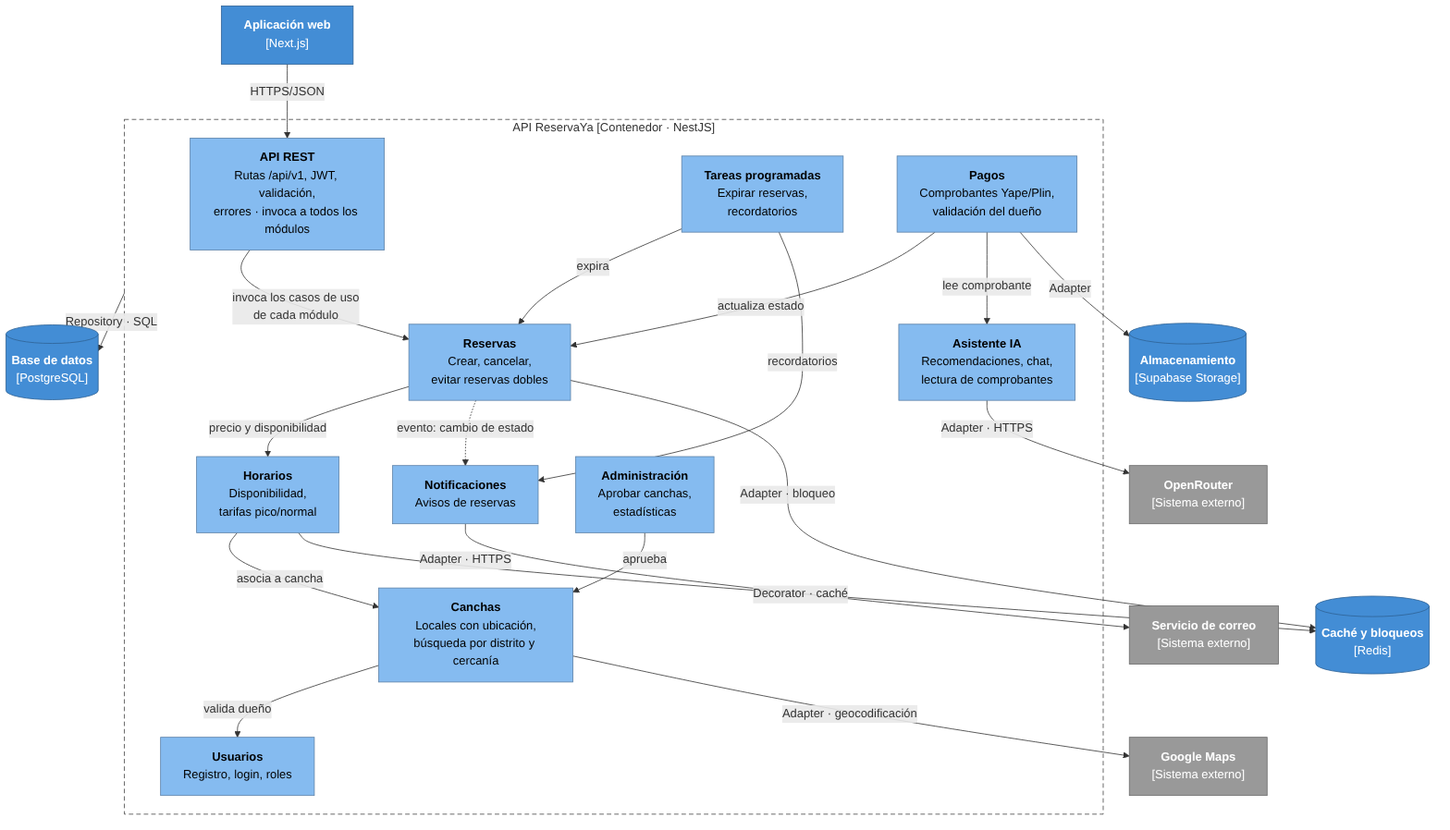
Before: img/nivel3-componentes.png, a diagram exported from Mermaid (edhtsprado27-bit/ReservaYa-Ayacucho). Its source is kept beside it as img/fuentes-svg/nivel3-componentes.mmd. The source it was exported from:
```mermaid
flowchart TB
    web["<b>Aplicación web</b><br/>[Next.js]"]

    subgraph api["API ReservaYa [Contenedor · NestJS]"]
        rest["<b>API REST</b><br/>Rutas /api/v1, JWT, validación,<br/>errores · invoca a todos los módulos"]
        usuarios["<b>Usuarios</b><br/>Registro, login, roles"]
        canchas["<b>Canchas</b><br/>Locales con ubicación,<br/>búsqueda por distrito y cercanía"]
        tareas["<b>Tareas programadas</b><br/>Expirar reservas,<br/>recordatorios"]
        horarios["<b>Horarios</b><br/>Disponibilidad,<br/>tarifas pico/normal"]
        reservas["<b>Reservas</b><br/>Crear, cancelar,<br/>evitar reservas dobles"]
        pagos["<b>Pagos</b><br/>Comprobantes Yape/Plin,<br/>validación del dueño"]
        ia["<b>Asistente IA</b><br/>Recomendaciones, chat,<br/>lectura de comprobantes"]
        notif["<b>Notificaciones</b><br/>Avisos de reservas"]
        adminm["<b>Administración</b><br/>Aprobar canchas,<br/>estadísticas"]
    end

    bd[("<b>Base de datos</b><br/>[PostgreSQL]")]
    cache[("<b>Caché y bloqueos</b><br/>[Redis]")]
    storage[("<b>Almacenamiento</b><br/>[Supabase Storage]")]
    openrouter["<b>OpenRouter</b><br/>[Sistema externo]"]
    correo["<b>Servicio de correo</b><br/>[Sistema externo]"]
    maps["<b>Google Maps</b><br/>[Sistema externo]"]

    web -- "HTTPS/JSON" --> rest
    rest -- "invoca los casos de uso<br/>de cada módulo" --> reservas
    canchas -- "valida dueño" --> usuarios
    horarios -- "asocia a cancha" --> canchas
    reservas -- "precio y disponibilidad" --> horarios
    pagos -- "actualiza estado" --> reservas
    pagos -- "lee comprobante" --> ia
    reservas -. "evento: cambio de estado" .-> notif
    adminm -- "aprueba" --> canchas

    reservas -- "Adapter · bloqueo" --> cache
    horarios -- "Decorator · caché" --> cache
    pagos -- "Adapter" --> storage
    ia -- "Adapter · HTTPS" --> openrouter
    notif -- "Adapter · HTTPS" --> correo
    canchas -- "Adapter · geocodificación" --> maps
    tareas -- "expira" --> reservas
    tareas -- "recordatorios" --> notif
    api -- "Repository · SQL" --> bd

    classDef contenedor fill:#438dd5,stroke:#2e6295,color:#fff
    classDef componente fill:#85bbf0,stroke:#5d82a8,color:#000
    classDef externo fill:#999999,stroke:#6b6b6b,color:#fff
    class web,bd,cache,storage contenedor
    class rest,usuarios,canchas,horarios,reservas,pagos,ia,notif,adminm,tareas componente
    class openrouter,correo,maps externo
    style api fill:none,stroke:#444,stroke-dasharray:6 4
```
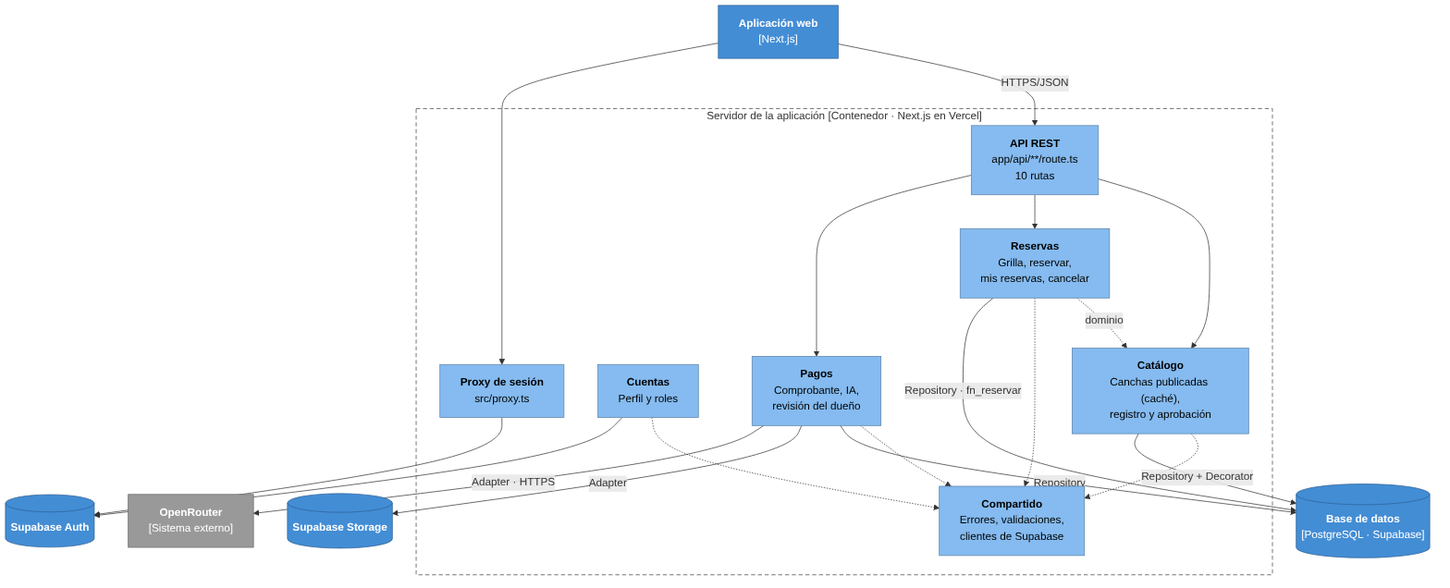
The same file after the commit.

The edit, as a diff of the source:
```diff
@@ -1,50 +1,39 @@
 flowchart TB
     web["<b>Aplicación web</b><br/>[Next.js]"]
 
-    subgraph api["API ReservaYa [Contenedor · NestJS]"]
-        rest["<b>API REST</b><br/>Rutas /api/v1, JWT, validación,<br/>errores · invoca a todos los módulos"]
-        usuarios["<b>Usuarios</b><br/>Registro, login, roles"]
-        canchas["<b>Canchas</b><br/>Locales con ubicación,<br/>búsqueda por distrito y cercanía"]
-        tareas["<b>Tareas programadas</b><br/>Expirar reservas,<br/>recordatorios"]
-        horarios["<b>Horarios</b><br/>Disponibilidad,<br/>tarifas pico/normal"]
-        reservas["<b>Reservas</b><br/>Crear, cancelar,<br/>evitar reservas dobles"]
-        pagos["<b>Pagos</b><br/>Comprobantes Yape/Plin,<br/>validación del dueño"]
-        ia["<b>Asistente IA</b><br/>Recomendaciones, chat,<br/>lectura de comprobantes"]
-        notif["<b>Notificaciones</b><br/>Avisos de reservas"]
-        adminm["<b>Administración</b><br/>Aprobar canchas,<br/>estadísticas"]
+    subgraph srv["Servidor de la aplicación [Contenedor · Next.js en Vercel]"]
+        rest["<b>API REST</b><br/>app/api/**/route.ts<br/>10 rutas"]
+        proxy["<b>Proxy de sesión</b><br/>src/proxy.ts"]
+        cuentas["<b>Cuentas</b><br/>Perfil y roles"]
+        catalogo["<b>Catálogo</b><br/>Canchas publicadas (caché),<br/>registro y aprobación"]
+        reservas["<b>Reservas</b><br/>Grilla, reservar,<br/>mis reservas, cancelar"]
+        pagos["<b>Pagos</b><br/>Comprobante, IA,<br/>revisión del dueño"]
+        comp["<b>Compartido</b><br/>Errores, validaciones,<br/>clientes de Supabase"]
     end
 
-    bd[("<b>Base de datos</b><br/>[PostgreSQL]")]
-    cache[("<b>Caché y bloqueos</b><br/>[Redis]")]
-    storage[("<b>Almacenamiento</b><br/>[Supabase Storage]")]
+    bd[("<b>Base de datos</b><br/>[PostgreSQL · Supabase]")]
+    auth[("<b>Supabase Auth</b>")]
+    storage[("<b>Supabase Storage</b>")]
     openrouter["<b>OpenRouter</b><br/>[Sistema externo]"]
-    correo["<b>Servicio de correo</b><br/>[Sistema externo]"]
-    maps["<b>Google Maps</b><br/>[Sistema externo]"]
 
     web -- "HTTPS/JSON" --> rest
-    rest -- "invoca los casos de uso<br/>de cada módulo" --> reservas
-    canchas -- "valida dueño" --> usuarios
-    horarios -- "asocia a cancha" --> canchas
-    reservas -- "precio y disponibilidad" --> horarios
-    pagos -- "actualiza estado" --> reservas
-    pagos -- "lee comprobante" --> ia
-    reservas -. "evento: cambio de estado" .-> notif
-    adminm -- "aprueba" --> canchas
+    web --> proxy
+    rest --> catalogo & reservas & pagos
+    proxy --> auth
+    reservas -. "dominio" .-> catalogo
+    catalogo & reservas & pagos & cuentas -.-> comp
 
-    reservas -- "Adapter · bloqueo" --> cache
-    horarios -- "Decorator · caché" --> cache
+    catalogo -- "Repository + Decorator" --> bd
+    reservas -- "Repository · fn_reservar" --> bd
+    pagos -- "Repository" --> bd
     pagos -- "Adapter" --> storage
-    ia -- "Adapter · HTTPS" --> openrouter
-    notif -- "Adapter · HTTPS" --> correo
-    canchas -- "Adapter · geocodificación" --> maps
-    tareas -- "expira" --> reservas
-    tareas -- "recordatorios" --> notif
-    api -- "Repository · SQL" --> bd
+    pagos -- "Adapter · HTTPS" --> openrouter
+    cuentas --> auth
 
     classDef contenedor fill:#438dd5,stroke:#2e6295,color:#fff
     classDef componente fill:#85bbf0,stroke:#5d82a8,color:#000
     classDef externo fill:#999999,stroke:#6b6b6b,color:#fff
-    class web,bd,cache,storage contenedor
-    class rest,usuarios,canchas,horarios,reservas,pagos,ia,notif,adminm,tareas componente
-    class openrouter,correo,maps externo
-    style api fill:none,stroke:#444,stroke-dasharray:6 4
+    class web,bd,auth,storage contenedor
+    class rest,proxy,cuentas,catalogo,reservas,pagos,comp componente
+    class openrouter externo
+    style srv fill:none,stroke:#444,stroke-dasharray:6 4
```
